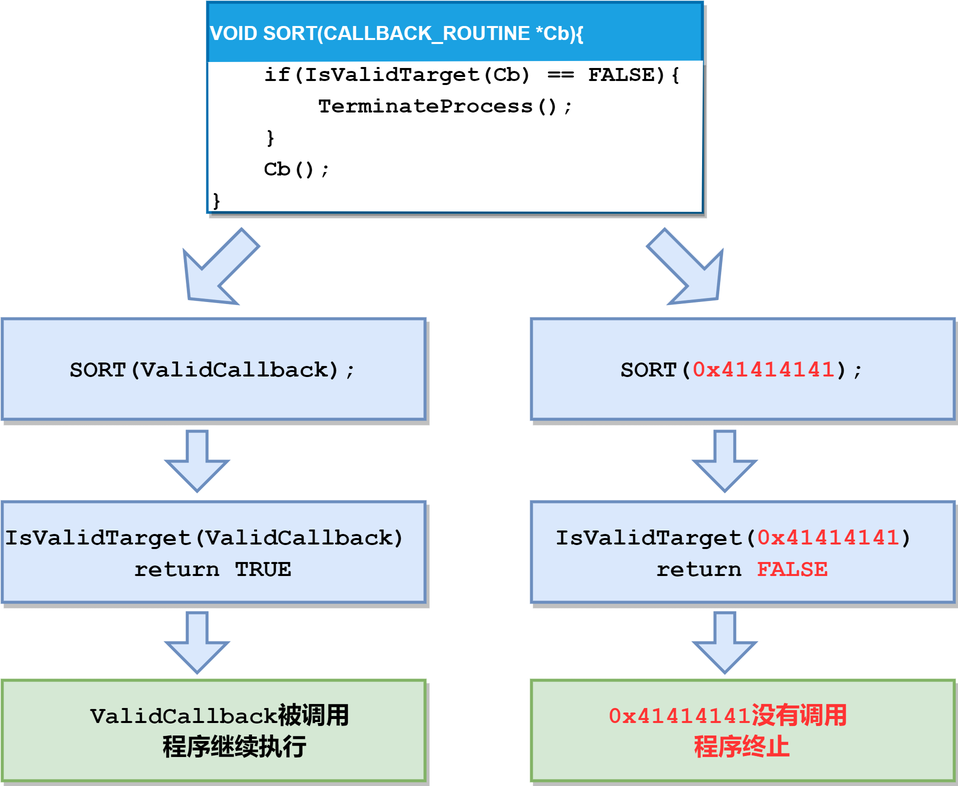
This is Diagram5.drawio.png from ZKX64/Textbook-graph, a draw.io export, as it was before one commit. Source tidied: cells renumbered, new cells last; positions are measured from the earlier drawing's top-left corner, leaving out a move shared by most shapes. The source it was exported from:
```xml
<mxGraphModel>
  <root>
    <mxCell id="0" />
    <mxCell id="1" parent="0" />
    <mxCell id="2" value="VOID SORT(CALLBACK_ROUTINE *Cb){" style="swimlane;fontStyle=1;horizontal=1;startSize=40;fillColor=#1ba1e2;swimlaneFillColor=#ffffff;strokeWidth=2;glass=0;swimlaneLine=0;shadow=1;strokeColor=#006EAF;align=left;fontSize=13;fillStyle=auto;fontColor=#ffffff;" parent="1" vertex="1">
      <mxGeometry x="137" width="330" height="140" as="geometry" />
    </mxCell>
    <mxCell id="3" value="&lt;div style=&quot;line-height: 19px; font-size: 15px;&quot;&gt;&lt;div style=&quot;&quot;&gt;&lt;font style=&quot;font-size: 15px;&quot; face=&quot;Courier New&quot;&gt;&lt;span style=&quot;background-color: initial;&quot;&gt;&amp;nbsp; &amp;nbsp;&lt;b style=&quot;&quot;&gt; if(IsValidTarget(Cb) == FALSE){&lt;/b&gt;&lt;/span&gt;&lt;b style=&quot;&quot;&gt;&lt;br&gt;&lt;/b&gt;&lt;/font&gt;&lt;/div&gt;&lt;div style=&quot;&quot;&gt;&lt;b&gt;&lt;font style=&quot;font-size: 15px;&quot; face=&quot;Courier New&quot;&gt;&amp;nbsp; &amp;nbsp; &amp;nbsp; &amp;nbsp; TerminateProcess();&lt;/font&gt;&lt;/b&gt;&lt;/div&gt;&lt;div style=&quot;&quot;&gt;&lt;b&gt;&lt;font style=&quot;font-size: 15px;&quot; face=&quot;Courier New&quot;&gt;&amp;nbsp; &amp;nbsp; }&lt;/font&gt;&lt;/b&gt;&lt;/div&gt;&lt;div style=&quot;&quot;&gt;&lt;b&gt;&lt;font style=&quot;font-size: 15px;&quot; face=&quot;Courier New&quot;&gt;&amp;nbsp; &amp;nbsp; Cb();&lt;/font&gt;&lt;/b&gt;&lt;/div&gt;&lt;div style=&quot;&quot;&gt;&lt;b style=&quot;&quot;&gt;&lt;font face=&quot;Courier New&quot; style=&quot;font-size: 15px;&quot;&gt;}&lt;/font&gt;&lt;/b&gt;&lt;/div&gt;&lt;/div&gt;" style="whiteSpace=wrap;html=1;shadow=1;glass=0;strokeWidth=2;strokeColor=none;align=left;sketch=1;rounded=0;" parent="2" vertex="1">
      <mxGeometry y="40" width="330" height="100" as="geometry" />
    </mxCell>
    <mxCell id="4" value="&lt;div style=&quot;line-height: 19px;&quot;&gt;&lt;font face=&quot;Courier New&quot; style=&quot;font-size: 16px;&quot;&gt;&lt;b&gt;SORT(ValidCallback);&lt;/b&gt;&lt;/font&gt;&lt;/div&gt;" style="rounded=0;arcSize=10;whiteSpace=wrap;html=1;align=center;shadow=1;glass=0;labelBackgroundColor=none;sketch=0;fillStyle=solid;strokeWidth=2;fontSize=15;fillColor=#dae8fc;strokeColor=#6c8ebf;" parent="1" vertex="1">
      <mxGeometry y="211" width="282" height="67" as="geometry" />
    </mxCell>
    <mxCell id="5" value="&lt;div style=&quot;line-height: 19px; font-size: 16px;&quot;&gt;&lt;div style=&quot;line-height: 19px;&quot;&gt;&lt;font face=&quot;Courier New&quot;&gt;&lt;b&gt;IsValidTarget(&lt;span style=&quot;font-size: 16px;&quot;&gt;ValidCallback&lt;/span&gt;)&amp;nbsp;&lt;/b&gt;&lt;/font&gt;&lt;/div&gt;&lt;div style=&quot;line-height: 19px;&quot;&gt;&lt;font face=&quot;Courier New&quot;&gt;&lt;b&gt;return TRUE&lt;/b&gt;&lt;/font&gt;&lt;/div&gt;&lt;/div&gt;" style="rounded=0;arcSize=10;whiteSpace=wrap;html=1;align=center;shadow=1;glass=0;labelBackgroundColor=none;sketch=0;fillStyle=solid;strokeWidth=2;fontSize=15;fillColor=#dae8fc;strokeColor=#6c8ebf;" parent="1" vertex="1">
      <mxGeometry y="333" width="282" height="67" as="geometry" />
    </mxCell>
    <mxCell id="6" value="&lt;div style=&quot;line-height: 19px;&quot;&gt;&lt;font face=&quot;Courier New&quot; style=&quot;font-size: 16px;&quot;&gt;&amp;nbsp; &amp;nbsp; &amp;nbsp; ValidCallback被调用&amp;nbsp; &amp;nbsp; &amp;nbsp; &amp;nbsp; &amp;nbsp;程序继续执行&lt;/font&gt;&lt;/div&gt;" style="rounded=0;arcSize=10;whiteSpace=wrap;html=1;align=center;shadow=1;glass=0;labelBackgroundColor=none;sketch=0;fillStyle=solid;strokeWidth=2;fontSize=15;fillColor=#d5e8d4;strokeColor=#82b366;fontStyle=1;" parent="1" vertex="1">
      <mxGeometry y="452" width="282" height="67" as="geometry" />
    </mxCell>
    <mxCell id="7" style="html=1;shadow=0;dashed=0;align=center;verticalAlign=middle;shape=mxgraph.arrows2.arrow;dy=0.67;dx=20;notch=0;rounded=0;glass=0;labelBackgroundColor=none;sketch=0;fillStyle=solid;strokeWidth=2;fontSize=16;fillColor=#dae8fc;rotation=90;strokeColor=#6c8ebf;" parent="1" vertex="1">
      <mxGeometry x="110" y="286" width="40" height="40" as="geometry" />
    </mxCell>
    <mxCell id="8" style="html=1;shadow=0;dashed=0;align=center;verticalAlign=middle;shape=mxgraph.arrows2.arrow;dy=0.67;dx=20;notch=0;rounded=0;glass=0;labelBackgroundColor=none;sketch=0;fillStyle=solid;strokeWidth=2;fontSize=16;fillColor=#dae8fc;rotation=90;strokeColor=#6c8ebf;" parent="1" vertex="1">
      <mxGeometry x="110" y="407" width="40" height="40" as="geometry" />
    </mxCell>
    <mxCell id="9" style="html=1;shadow=0;dashed=0;align=center;verticalAlign=middle;shape=mxgraph.arrows2.arrow;dy=0.67;dx=20;notch=0;rounded=0;glass=0;labelBackgroundColor=none;sketch=0;fillStyle=solid;strokeWidth=2;fontSize=16;fillColor=#dae8fc;rotation=45;direction=south;strokeColor=#6c8ebf;" parent="1" vertex="1">
      <mxGeometry x="120.5" y="148.5" width="49" height="57.5" as="geometry" />
    </mxCell>
    <mxCell id="10" value="&lt;div style=&quot;line-height: 19px;&quot;&gt;&lt;font face=&quot;Courier New&quot; style=&quot;font-size: 16px;&quot;&gt;SORT(&lt;font style=&quot;&quot; color=&quot;#ff3333&quot;&gt;0x41414141&lt;/font&gt;);&lt;/font&gt;&lt;/div&gt;" style="rounded=0;arcSize=10;whiteSpace=wrap;html=1;align=center;shadow=1;glass=0;labelBackgroundColor=none;sketch=0;fillStyle=solid;strokeWidth=2;fontSize=15;fillColor=#dae8fc;strokeColor=#6c8ebf;fontStyle=1;" parent="1" vertex="1">
      <mxGeometry x="353" y="211" width="282" height="67" as="geometry" />
    </mxCell>
    <mxCell id="11" value="&lt;div style=&quot;line-height: 19px;&quot;&gt;&lt;div style=&quot;font-size: 16px; line-height: 19px;&quot;&gt;&lt;font face=&quot;Courier New&quot;&gt;IsValidTarget(&lt;span style=&quot;color: rgb(255, 51, 51);&quot;&gt;0x41414141&lt;/span&gt;)&amp;nbsp;&lt;/font&gt;&lt;/div&gt;&lt;div style=&quot;font-size: 16px; line-height: 19px;&quot;&gt;&lt;font face=&quot;Courier New&quot;&gt;return &lt;font style=&quot;&quot; color=&quot;#ff3333&quot;&gt;FALSE&lt;/font&gt;&lt;/font&gt;&lt;/div&gt;&lt;/div&gt;" style="rounded=0;arcSize=10;whiteSpace=wrap;html=1;align=center;shadow=1;glass=0;labelBackgroundColor=none;sketch=0;fillStyle=solid;strokeWidth=2;fontSize=15;fillColor=#dae8fc;strokeColor=#6c8ebf;fontStyle=1;" parent="1" vertex="1">
      <mxGeometry x="353" y="333" width="282" height="67" as="geometry" />
    </mxCell>
    <mxCell id="12" value="&lt;div style=&quot;line-height: 19px;&quot;&gt;&lt;span style=&quot;color: rgb(255, 51, 51); font-size: 16px;&quot;&gt;&lt;font face=&quot;Courier New&quot;&gt;&amp;nbsp; &amp;nbsp; &amp;nbsp;0x41414141没有调用&amp;nbsp; &amp;nbsp; &amp;nbsp; &amp;nbsp; 程序终止&lt;/font&gt;&lt;/span&gt;&lt;/div&gt;" style="rounded=0;arcSize=10;whiteSpace=wrap;html=1;align=center;shadow=1;glass=0;labelBackgroundColor=none;sketch=0;fillStyle=solid;strokeWidth=2;fontSize=15;fillColor=#d5e8d4;strokeColor=#82b366;fontStyle=1;" parent="1" vertex="1">
      <mxGeometry x="353" y="452" width="282" height="67" as="geometry" />
    </mxCell>
    <mxCell id="13" style="html=1;shadow=0;dashed=0;align=center;verticalAlign=middle;shape=mxgraph.arrows2.arrow;dy=0.67;dx=20;notch=0;rounded=0;glass=0;labelBackgroundColor=none;sketch=0;fillStyle=solid;strokeWidth=2;fontSize=16;fillColor=#dae8fc;rotation=-45;direction=south;strokeColor=#6c8ebf;" parent="1" vertex="1">
      <mxGeometry x="432" y="148.5" width="49" height="57.5" as="geometry" />
    </mxCell>
    <mxCell id="14" style="html=1;shadow=0;dashed=0;align=center;verticalAlign=middle;shape=mxgraph.arrows2.arrow;dy=0.67;dx=20;notch=0;rounded=0;glass=0;labelBackgroundColor=none;sketch=0;fillStyle=solid;strokeWidth=2;fontSize=16;fillColor=#dae8fc;rotation=90;strokeColor=#6c8ebf;" parent="1" vertex="1">
      <mxGeometry x="462" y="286" width="40" height="40" as="geometry" />
    </mxCell>
    <mxCell id="15" style="html=1;shadow=0;dashed=0;align=center;verticalAlign=middle;shape=mxgraph.arrows2.arrow;dy=0.67;dx=20;notch=0;rounded=0;glass=0;labelBackgroundColor=none;sketch=0;fillStyle=solid;strokeWidth=2;fontSize=16;fillColor=#dae8fc;rotation=90;strokeColor=#6c8ebf;" parent="1" vertex="1">
      <mxGeometry x="462" y="407" width="40" height="40" as="geometry" />
    </mxCell>
  </root>
</mxGraphModel>
```
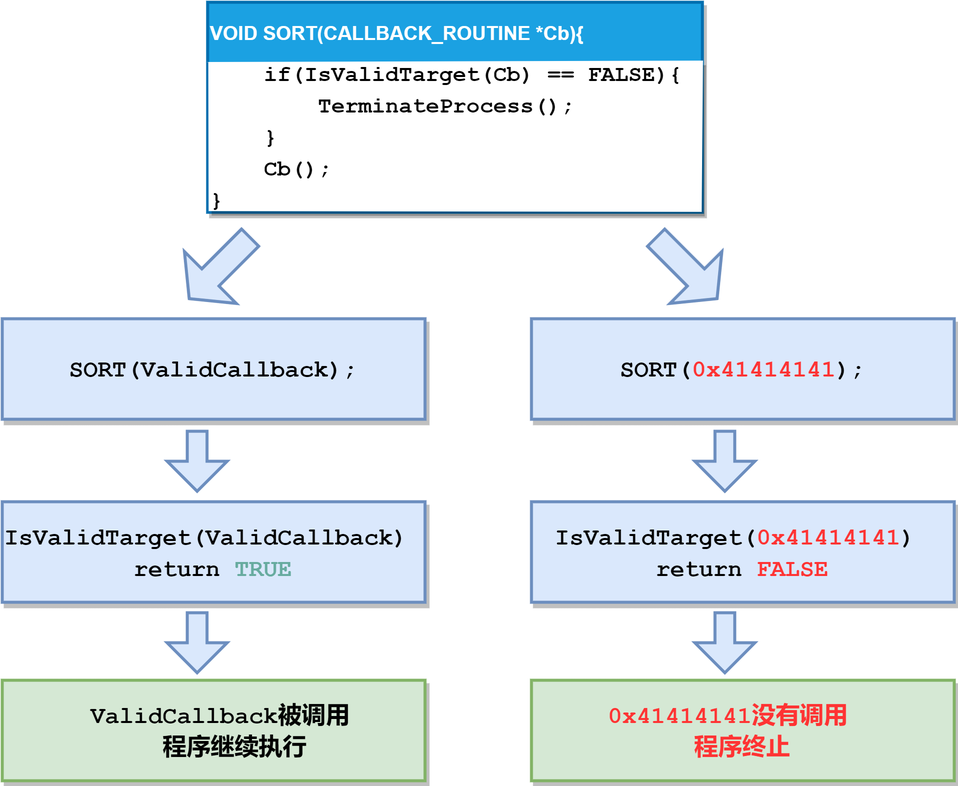
The same file after the commit.

Diff of the diagram source:
```diff
@@ -11,7 +11,7 @@
     <mxCell id="4" value="&lt;div style=&quot;line-height: 19px;&quot;&gt;&lt;font face=&quot;Courier New&quot; style=&quot;font-size: 16px;&quot;&gt;&lt;b&gt;SORT(ValidCallback);&lt;/b&gt;&lt;/font&gt;&lt;/div&gt;" style="rounded=0;arcSize=10;whiteSpace=wrap;html=1;align=center;shadow=1;glass=0;labelBackgroundColor=none;sketch=0;fillStyle=solid;strokeWidth=2;fontSize=15;fillColor=#dae8fc;strokeColor=#6c8ebf;" parent="1" vertex="1">
       <mxGeometry y="211" width="282" height="67" as="geometry" />
     </mxCell>
-    <mxCell id="5" value="&lt;div style=&quot;line-height: 19px; font-size: 16px;&quot;&gt;&lt;div style=&quot;line-height: 19px;&quot;&gt;&lt;font face=&quot;Courier New&quot;&gt;&lt;b&gt;IsValidTarget(&lt;span style=&quot;font-size: 16px;&quot;&gt;ValidCallback&lt;/span&gt;)&amp;nbsp;&lt;/b&gt;&lt;/font&gt;&lt;/div&gt;&lt;div style=&quot;line-height: 19px;&quot;&gt;&lt;font face=&quot;Courier New&quot;&gt;&lt;b&gt;return TRUE&lt;/b&gt;&lt;/font&gt;&lt;/div&gt;&lt;/div&gt;" style="rounded=0;arcSize=10;whiteSpace=wrap;html=1;align=center;shadow=1;glass=0;labelBackgroundColor=none;sketch=0;fillStyle=solid;strokeWidth=2;fontSize=15;fillColor=#dae8fc;strokeColor=#6c8ebf;" parent="1" vertex="1">
+    <mxCell id="5" value="&lt;div style=&quot;line-height: 19px; font-size: 16px;&quot;&gt;&lt;div style=&quot;line-height: 19px;&quot;&gt;&lt;font face=&quot;Courier New&quot;&gt;&lt;b&gt;IsValidTarget(&lt;span style=&quot;font-size: 16px;&quot;&gt;ValidCallback&lt;/span&gt;)&amp;nbsp;&lt;/b&gt;&lt;/font&gt;&lt;/div&gt;&lt;div style=&quot;line-height: 19px;&quot;&gt;&lt;font face=&quot;Courier New&quot;&gt;&lt;b&gt;return &lt;font color=&quot;#67ab9f&quot;&gt;TRUE&lt;/font&gt;&lt;/b&gt;&lt;/font&gt;&lt;/div&gt;&lt;/div&gt;" style="rounded=0;arcSize=10;whiteSpace=wrap;html=1;align=center;shadow=1;glass=0;labelBackgroundColor=none;sketch=0;fillStyle=solid;strokeWidth=2;fontSize=15;fillColor=#dae8fc;strokeColor=#6c8ebf;" parent="1" vertex="1">
       <mxGeometry y="333" width="282" height="67" as="geometry" />
     </mxCell>
     <mxCell id="6" value="&lt;div style=&quot;line-height: 19px;&quot;&gt;&lt;font face=&quot;Courier New&quot; style=&quot;font-size: 16px;&quot;&gt;&amp;nbsp; &amp;nbsp; &amp;nbsp; ValidCallback被调用&amp;nbsp; &amp;nbsp; &amp;nbsp; &amp;nbsp; &amp;nbsp;程序继续执行&lt;/font&gt;&lt;/div&gt;" style="rounded=0;arcSize=10;whiteSpace=wrap;html=1;align=center;shadow=1;glass=0;labelBackgroundColor=none;sketch=0;fillStyle=solid;strokeWidth=2;fontSize=15;fillColor=#d5e8d4;strokeColor=#82b366;fontStyle=1;" parent="1" vertex="1">
```
